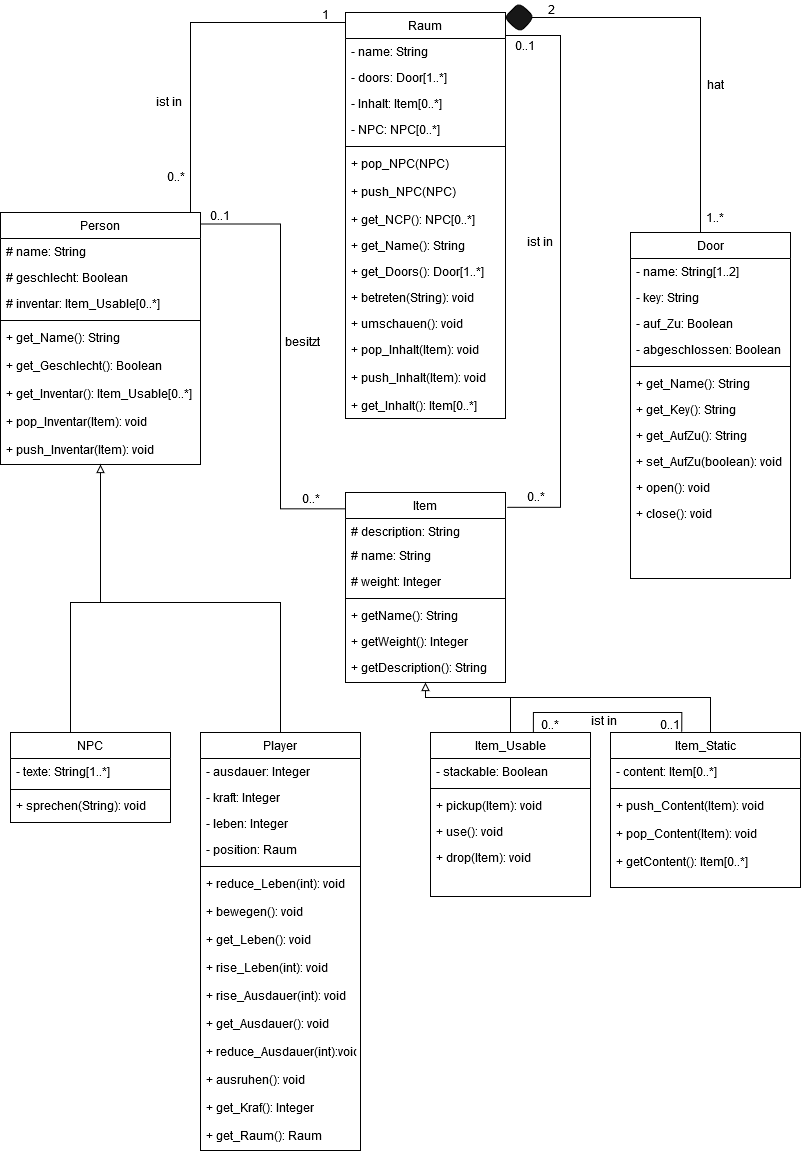
The draw.io diagram Klassendiagram.png in Elegond/AE-Text-Adventure, before a commit. Source tidied: cells renumbered, new cells last; positions are measured from the earlier drawing's top-left corner, leaving out a move shared by most shapes.
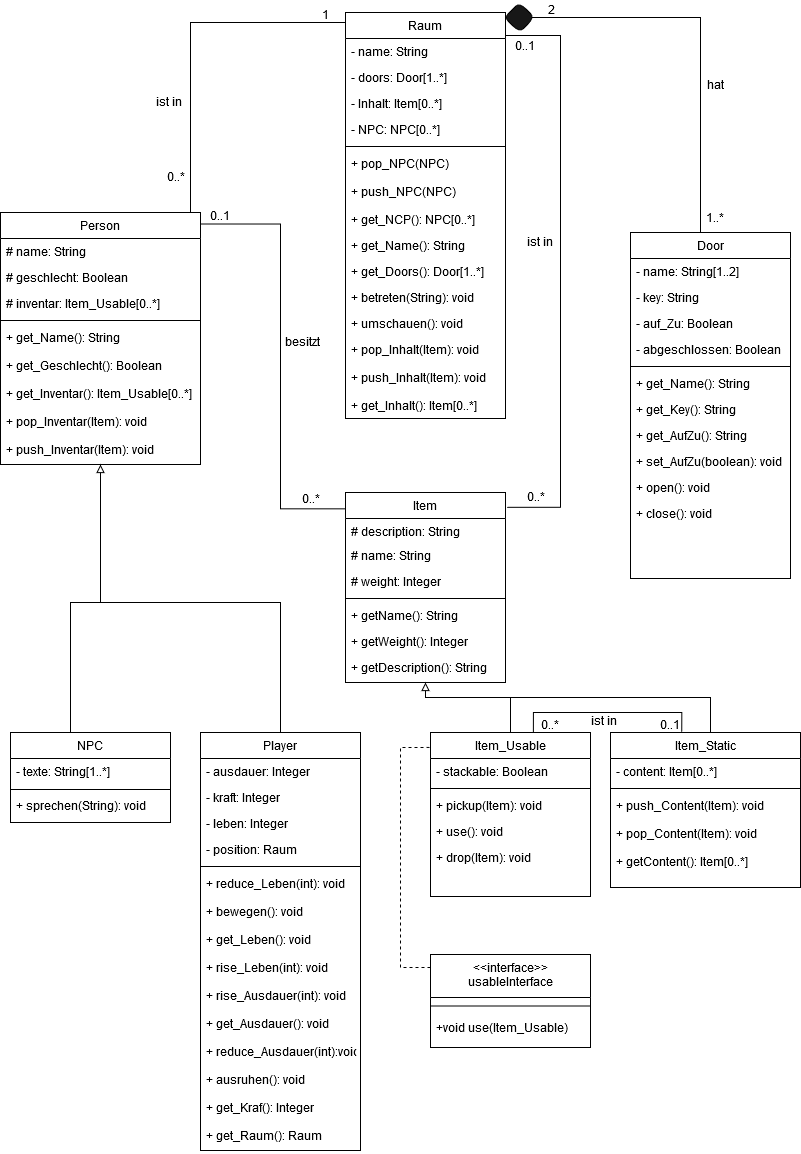
Later version of the same file.

The edit, as a diff of the source:
```diff
@@ -358,5 +358,24 @@
     <mxCell id="104" style="rhombus;whiteSpace=wrap;html=1;rounded=1;fillColor=#171717;" parent="1" vertex="1">
       <mxGeometry x="504" y="2" width="30" height="30" as="geometry" />
     </mxCell>
+    <mxCell id="105" style="endArrow=none;dashed=1;html=1;entryX=0.025;entryY=0.091;entryDx=0;entryDy=0;entryPerimeter=0;rounded=0;" parent="1" edge="1">
+      <mxGeometry relative="1" as="geometry">
+        <mxPoint x="430" y="967" as="sourcePoint" />
+        <mxPoint x="430" y="746.9" as="targetPoint" />
+        <Array as="points">
+          <mxPoint x="400" y="967" />
+          <mxPoint x="400" y="747" />
+        </Array>
+      </mxGeometry>
+    </mxCell>
+    <mxCell id="106" value="&lt;&lt;interface&gt;&gt;&#10;usableInterface&#10;" style="swimlane;fontStyle=0;align=center;verticalAlign=top;horizontal=1;startSize=43;rounded=0;shadow=0;strokeWidth=1;" parent="1" vertex="1">
+      <mxGeometry x="430" y="954" width="160" height="93" as="geometry" />
+    </mxCell>
+    <mxCell id="107" style="line;html=1;strokeWidth=1;align=left;verticalAlign=middle;spacingTop=-1;spacingLeft=3;spacingRight=3;labelPosition=right;" parent="106" vertex="1">
+      <mxGeometry y="43" width="160" height="17" as="geometry" />
+    </mxCell>
+    <mxCell id="108" value="+void use(Item_Usable)" style="text;align=left;verticalAlign=top;spacingLeft=4;spacingRight=4;overflow=hidden;fontStyle=0;" parent="106" vertex="1">
+      <mxGeometry y="60" width="160" height="26" as="geometry" />
+    </mxCell>
   </root>
 </mxGraphModel>
```
